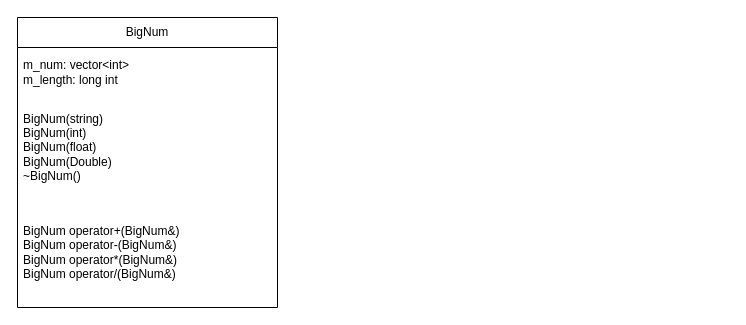
Earlier version of the draw.io diagram calculator.drawio (Aersuy/Aersuy.github.io). Source tidied: cells renumbered, new cells numbered last; positions are measured from the earlier drawing's top-left corner, leaving out a move shared by most shapes. Both pictures are drawn from the tidied source at 100%, with x=0, y=0 at pixel (17, 17).
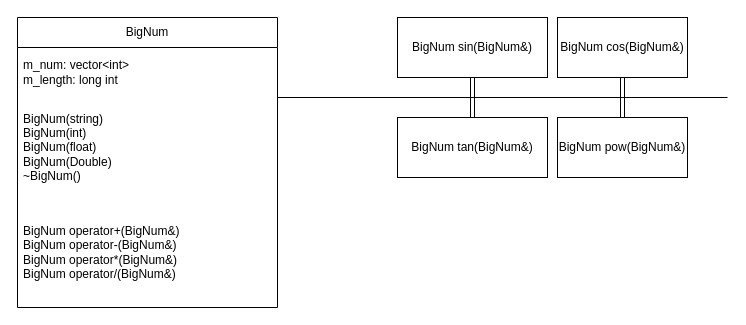
After the change.

Commit message:
sin cos tan pow

What changed in the source:
```diff
@@
 <mxGraphModel>
   <root>
     <mxCell id="0" />
     <mxCell id="1" parent="0" />
     <mxCell id="2" value="BigNum" style="swimlane;fontStyle=0;horizontal=1;startSize=30;whiteSpace=wrap;html=1;" parent="1" vertex="1">
       <mxGeometry width="260" height="290" as="geometry" />
     </mxCell>
     <mxCell id="3" value="&lt;div&gt;m_num: vector&amp;lt;int&amp;gt;&lt;/div&gt;&lt;div&gt;m_length: long int&lt;br&gt;&lt;/div&gt;" style="text;strokeColor=none;fillColor=none;align=left;verticalAlign=middle;spacingLeft=4;spacingRight=4;overflow=hidden;whiteSpace=wrap;html=1;" parent="2" vertex="1">
       <mxGeometry y="30" width="260" height="50" as="geometry" />
     </mxCell>
     <mxCell id="4" value="&lt;div&gt;BigNum(string)&lt;/div&gt;&lt;div&gt;BigNum(int)&lt;/div&gt;&lt;div&gt;BigNum(float)&lt;/div&gt;&lt;div&gt;BigNum(Double)&lt;/div&gt;&lt;div&gt;~BigNum()&lt;br&gt;&lt;/div&gt;" style="text;strokeColor=none;fillColor=none;align=left;verticalAlign=middle;spacingLeft=4;spacingRight=4;overflow=hidden;whiteSpace=wrap;html=1;" parent="2" vertex="1">
       <mxGeometry y="80" width="260" height="100" as="geometry" />
     </mxCell>
     <mxCell id="5" value="&lt;div&gt;BigNum operator+(BigNum&amp;amp;)&lt;br&gt;&lt;/div&gt;&lt;div&gt;BigNum operator-(BigNum&amp;amp;)&lt;/div&gt;&lt;div&gt;BigNum operator*(BigNum&amp;amp;)&lt;/div&gt;&lt;div&gt;BigNum operator/(BigNum&amp;amp;)&lt;br&gt;&lt;/div&gt;" style="text;strokeColor=none;fillColor=none;align=left;verticalAlign=middle;spacingLeft=4;spacingRight=4;overflow=hidden;whiteSpace=wrap;html=1;" parent="2" vertex="1">
       <mxGeometry y="180" width="260" height="110" as="geometry" />
     </mxCell>
+    <mxCell id="6" value="BigNum sin(BigNum&amp;amp;)" style="rounded=0;whiteSpace=wrap;html=1;" parent="1" vertex="1">
+      <mxGeometry x="380" width="150" height="60" as="geometry" />
+    </mxCell>
+    <mxCell id="7" value="BigNum cos(BigNum&amp;amp;)" style="rounded=0;whiteSpace=wrap;html=1;" parent="1" vertex="1">
+      <mxGeometry x="540" width="130" height="60" as="geometry" />
+    </mxCell>
+    <mxCell id="8" value="BigNum tan(BigNum&amp;amp;)" style="rounded=0;whiteSpace=wrap;html=1;" parent="1" vertex="1">
+      <mxGeometry x="380" y="100" width="150" height="60" as="geometry" />
+    </mxCell>
+    <mxCell id="9" value="BigNum pow(BigNum&amp;amp;)" style="rounded=0;whiteSpace=wrap;html=1;" parent="1" vertex="1">
+      <mxGeometry x="540" y="100" width="130" height="60" as="geometry" />
+    </mxCell>
+    <mxCell id="10" style="endArrow=none;html=1;rounded=0;" parent="1" edge="1">
+      <mxGeometry relative="1" as="geometry">
+        <mxPoint x="260" y="80" as="sourcePoint" />
+        <mxPoint x="710" y="80" as="targetPoint" />
+      </mxGeometry>
+    </mxCell>
+    <mxCell id="11" style="shape=link;html=1;rounded=0;exitX=0.5;exitY=1;exitDx=0;exitDy=0;" parent="1" edge="1" source="6">
+      <mxGeometry relative="1" as="geometry">
+        <mxPoint x="455" y="80" as="targetPoint" />
+      </mxGeometry>
+    </mxCell>
+    <mxCell id="12" style="shape=link;html=1;rounded=0;entryX=0.5;entryY=0;entryDx=0;entryDy=0;" parent="1" edge="1" target="8">
+      <mxGeometry relative="1" as="geometry">
+        <mxPoint x="455" y="80" as="sourcePoint" />
+      </mxGeometry>
+    </mxCell>
+    <mxCell id="13" style="shape=link;html=1;rounded=0;exitX=0.5;exitY=1;exitDx=0;exitDy=0;entryX=0.5;entryY=0;entryDx=0;entryDy=0;" parent="1" edge="1" source="7" target="9">
+      <mxGeometry relative="1" as="geometry" />
+    </mxCell>
   </root>
 </mxGraphModel>
```
